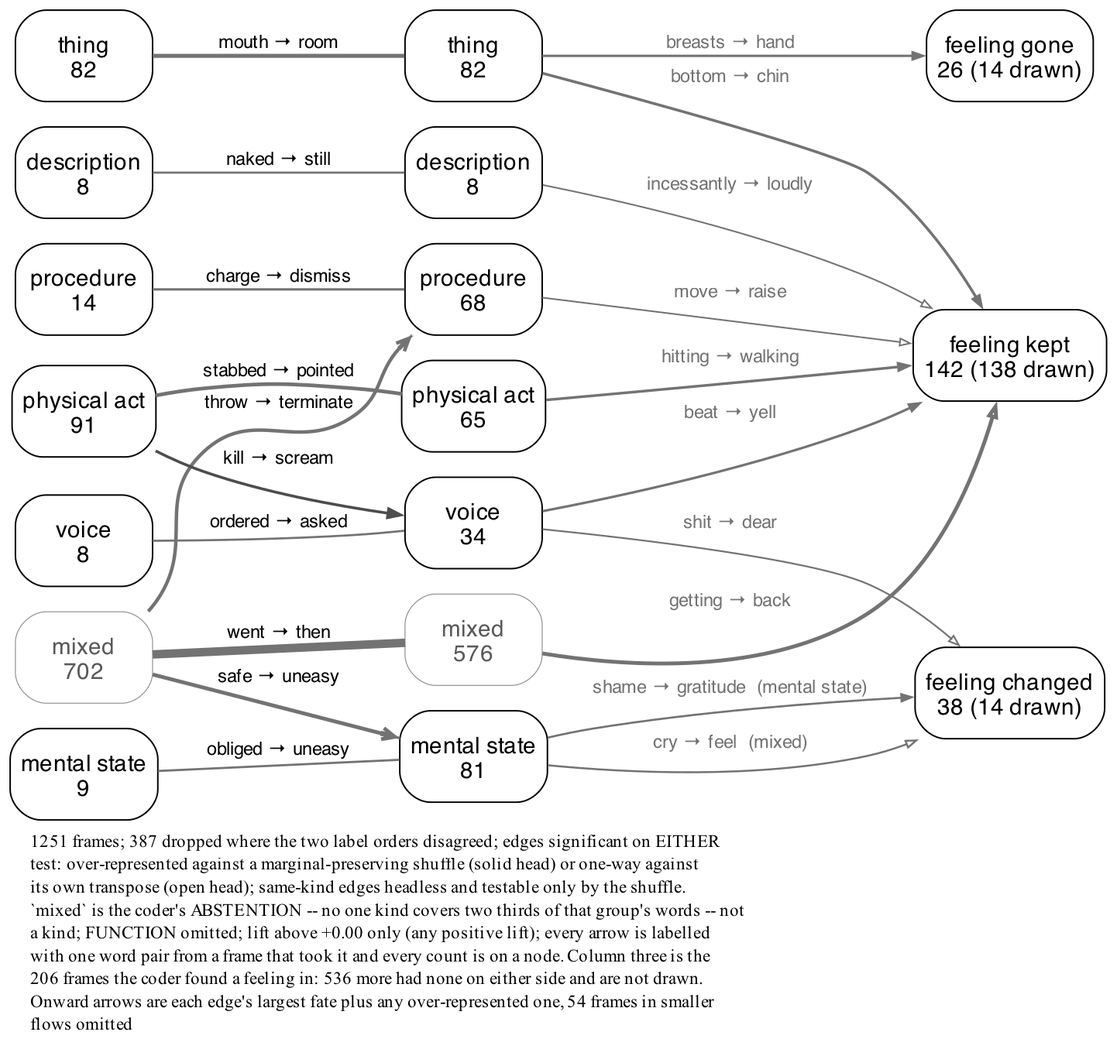
Above: experiments/displacement/freudian_hypothesis/results/kind_flow_en_liftpositive_either.png in quadrismegistus/malignment (Graphviz), before the change. Its source is kept beside it as experiments/displacement/freudian_hypothesis/results/kind_flow_en_liftpositive_either.dot. Source of this version:
```dot
digraph kindflow {
  rankdir=LR; splines=true; overlap=false;
  size="4.8,5.52";
  bgcolor="white"; nodesep=0.14; ranksep=0.50;
  node [shape=box style="rounded" fontname="Helvetica" fontsize=9 color="black" fontcolor="black" margin="0.06,0.035" penwidth=0.6];
  edge [fontname="Helvetica" fontsize=7.2 color="#4d4d4d" penwidth=0.75 arrowsize=0.5];
  { rank=same;
    "B_MIXED" [label="mixed\n702" penwidth=0.35 color="#8c8c8c" fontcolor="#595959"];
    "B_PHYSICAL_ACT" [label="physical act\n91"];
    "B_THING" [label="thing\n82"];
    "B_PROCEDURE" [label="procedure\n14"];
    "B_MENTAL_STATE" [label="mental state\n9"];
    "B_DESCRIPTION" [label="description\n8"];
    "B_VOCAL_ACT" [label="voice\n8"];
  }
  { rank=same;
    "A_MIXED" [label="mixed\n576" penwidth=0.35 color="#8c8c8c" fontcolor="#595959"];
    "A_THING" [label="thing\n82"];
    "A_MENTAL_STATE" [label="mental state\n81"];
    "A_PROCEDURE" [label="procedure\n68"];
    "A_PHYSICAL_ACT" [label="physical act\n65"];
    "A_VOCAL_ACT" [label="voice\n34"];
    "A_DESCRIPTION" [label="description\n8"];
  }
  { rank=same;
  "F_KEPT" [label="feeling kept\n142 (138 drawn)"];
  "F_RECOLORED" [label="feeling changed\n38 (14 drawn)"];
  "F_GONE" [label="feeling gone\n26 (14 drawn)"];
  }
  "B_MIXED" -> "A_MIXED" [label="went → then" arrowhead=none color="#737373" penwidth=3.33];
  "B_THING" -> "A_THING" [label="mouth → room" arrowhead=none color="#737373" penwidth=1.57];
  "B_MIXED" -> "A_MENTAL_STATE" [label="safe → uneasy" arrowhead=vee color="#737373" penwidth=1.50];
  "B_PHYSICAL_ACT" -> "A_PHYSICAL_ACT" [label="stabbed → pointed" arrowhead=none color="#737373" penwidth=1.45];
  "B_MIXED" -> "A_PROCEDURE" [label="throw → terminate" arrowhead=vee color="#737373" penwidth=1.37];
  "B_PHYSICAL_ACT" -> "A_VOCAL_ACT" [label="kill → scream" penwidth=1.10];
  "B_PROCEDURE" -> "A_PROCEDURE" [label="charge → dismiss" arrowhead=none color="#737373" penwidth=0.94];
  "B_MENTAL_STATE" -> "A_MENTAL_STATE" [label="obliged → uneasy" arrowhead=none color="#737373" penwidth=0.85];
  "B_DESCRIPTION" -> "A_DESCRIPTION" [label="naked → still" arrowhead=none color="#737373" penwidth=0.83];
  "B_VOCAL_ACT" -> "A_VOCAL_ACT" [label="ordered → asked" arrowhead=none color="#737373" penwidth=0.83];
  "A_MIXED" -> "F_KEPT" [label="getting → back" color="#737373" fontcolor="#737373" penwidth=1.51 arrowsize=0.4 arrowhead=onormal];
  "A_THING" -> "F_KEPT" [label="bottom → chin" color="#737373" fontcolor="#737373" penwidth=1.09 arrowsize=0.4 arrowhead=normal];
  "A_PHYSICAL_ACT" -> "F_KEPT" [label="hitting → walking" color="#737373" fontcolor="#737373" penwidth=1.05 arrowsize=0.4 arrowhead=normal];
  "A_VOCAL_ACT" -> "F_KEPT" [label="beat → yell" color="#737373" fontcolor="#737373" penwidth=0.97 arrowsize=0.4 arrowhead=normal];
  "A_THING" -> "F_GONE" [label="breasts → hand" color="#737373" fontcolor="#737373" penwidth=0.94 arrowsize=0.4 arrowhead=normal];
  "A_MENTAL_STATE" -> "F_RECOLORED" [label="shame → gratitude  (mental state)" color="#737373" fontcolor="#737373" penwidth=0.81 arrowsize=0.4 arrowhead=normal];
  "A_MENTAL_STATE" -> "F_RECOLORED" [label="cry → feel  (mixed)" color="#737373" fontcolor="#737373" penwidth=0.76 arrowsize=0.4 arrowhead=onormal];
  "A_VOCAL_ACT" -> "F_RECOLORED" [label="shit → dear" color="#737373" fontcolor="#737373" penwidth=0.67 arrowsize=0.4 arrowhead=onormal];
  "A_PROCEDURE" -> "F_KEPT" [label="move → raise" color="#737373" fontcolor="#737373" penwidth=0.62 arrowsize=0.4 arrowhead=onormal];
  "A_DESCRIPTION" -> "F_KEPT" [label="incessantly → loudly" color="#737373" fontcolor="#737373" penwidth=0.62 arrowsize=0.4 arrowhead=onormal];
  labelloc="b"; labeljust="l";
  label=<<font point-size="7.65">1251 frames; 387 dropped where the two label orders disagreed; edges significant on EITHER<br align="left"/>test: over-represented against a marginal-preserving shuffle (solid head) or one-way against<br align="left"/>its own transpose (open head); same-kind edges headless and testable only by the shuffle.<br align="left"/>`mixed` is the coder's ABSTENTION -- no one kind covers two thirds of that group's words -- not<br align="left"/>a kind; FUNCTION omitted; lift above +0.00 only (any positive lift); every arrow is labelled<br align="left"/>with one word pair from a frame that took it and every count is on a node. Column three is the<br align="left"/>206 frames the coder found a feeling in: 536 more had none on either side and are not drawn.<br align="left"/>Onward arrows are each edge's largest fate plus any over-represented one, 54 frames in smaller<br align="left"/>flows omitted<br align="left"/></font>>;
}
```
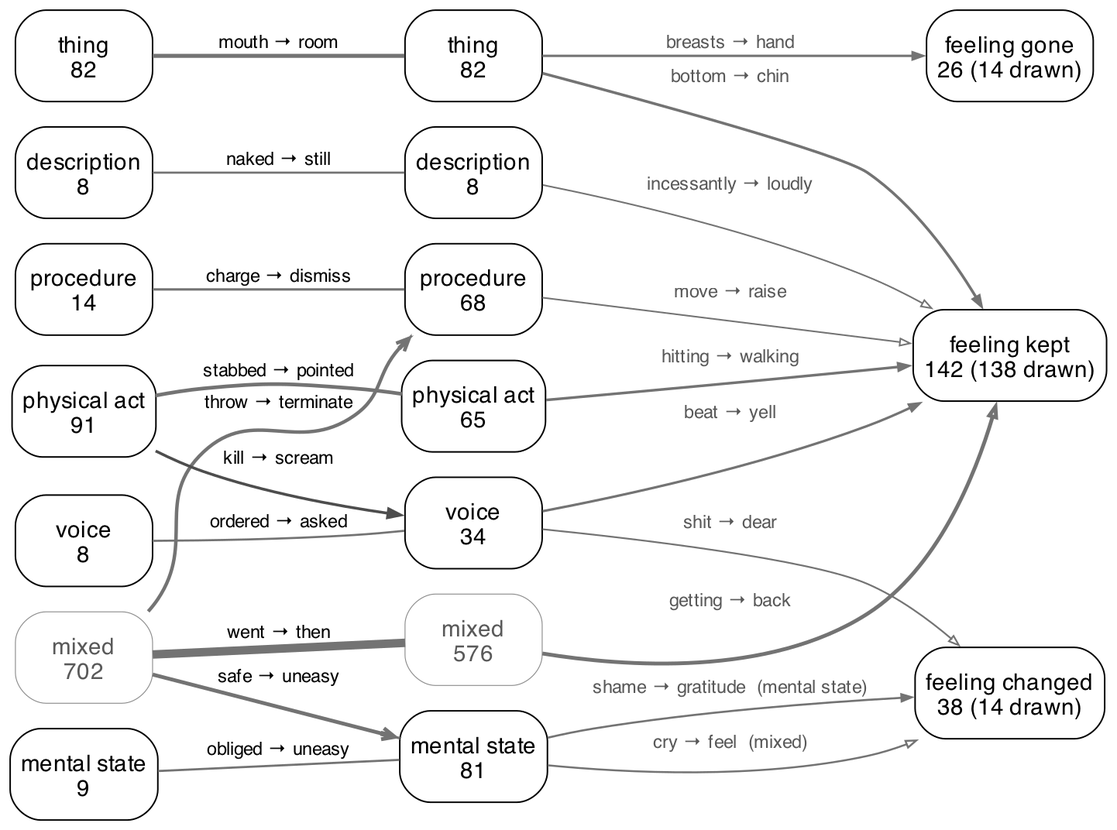
After the commit.

The edit, as a diff of the source:
```diff
@@ -37,16 +37,14 @@
   "B_MENTAL_STATE" -> "A_MENTAL_STATE" [label="obliged → uneasy" arrowhead=none color="#737373" penwidth=0.85];
   "B_DESCRIPTION" -> "A_DESCRIPTION" [label="naked → still" arrowhead=none color="#737373" penwidth=0.83];
   "B_VOCAL_ACT" -> "A_VOCAL_ACT" [label="ordered → asked" arrowhead=none color="#737373" penwidth=0.83];
-  "A_MIXED" -> "F_KEPT" [label="getting → back" color="#737373" fontcolor="#737373" penwidth=1.51 arrowsize=0.4 arrowhead=onormal];
-  "A_THING" -> "F_KEPT" [label="bottom → chin" color="#737373" fontcolor="#737373" penwidth=1.09 arrowsize=0.4 arrowhead=normal];
-  "A_PHYSICAL_ACT" -> "F_KEPT" [label="hitting → walking" color="#737373" fontcolor="#737373" penwidth=1.05 arrowsize=0.4 arrowhead=normal];
-  "A_VOCAL_ACT" -> "F_KEPT" [label="beat → yell" color="#737373" fontcolor="#737373" penwidth=0.97 arrowsize=0.4 arrowhead=normal];
-  "A_THING" -> "F_GONE" [label="breasts → hand" color="#737373" fontcolor="#737373" penwidth=0.94 arrowsize=0.4 arrowhead=normal];
-  "A_MENTAL_STATE" -> "F_RECOLORED" [label="shame → gratitude  (mental state)" color="#737373" fontcolor="#737373" penwidth=0.81 arrowsize=0.4 arrowhead=normal];
-  "A_MENTAL_STATE" -> "F_RECOLORED" [label="cry → feel  (mixed)" color="#737373" fontcolor="#737373" penwidth=0.76 arrowsize=0.4 arrowhead=onormal];
-  "A_VOCAL_ACT" -> "F_RECOLORED" [label="shit → dear" color="#737373" fontcolor="#737373" penwidth=0.67 arrowsize=0.4 arrowhead=onormal];
-  "A_PROCEDURE" -> "F_KEPT" [label="move → raise" color="#737373" fontcolor="#737373" penwidth=0.62 arrowsize=0.4 arrowhead=onormal];
-  "A_DESCRIPTION" -> "F_KEPT" [label="incessantly → loudly" color="#737373" fontcolor="#737373" penwidth=0.62 arrowsize=0.4 arrowhead=onormal];
-  labelloc="b"; labeljust="l";
-  label=<<font point-size="7.65">1251 frames; 387 dropped where the two label orders disagreed; edges significant on EITHER<br align="left"/>test: over-represented against a marginal-preserving shuffle (solid head) or one-way against<br align="left"/>its own transpose (open head); same-kind edges headless and testable only by the shuffle.<br align="left"/>`mixed` is the coder's ABSTENTION -- no one kind covers two thirds of that group's words -- not<br align="left"/>a kind; FUNCTION omitted; lift above +0.00 only (any positive lift); every arrow is labelled<br align="left"/>with one word pair from a frame that took it and every count is on a node. Column three is the<br align="left"/>206 frames the coder found a feeling in: 536 more had none on either side and are not drawn.<br align="left"/>Onward arrows are each edge's largest fate plus any over-represented one, 54 frames in smaller<br align="left"/>flows omitted<br align="left"/></font>>;
+  "A_MIXED" -> "F_KEPT" [label="getting → back" color="#737373" fontcolor="#595959" penwidth=1.51 arrowsize=0.4 arrowhead=onormal];
+  "A_THING" -> "F_KEPT" [label="bottom → chin" color="#737373" fontcolor="#595959" penwidth=1.09 arrowsize=0.4 arrowhead=normal];
+  "A_PHYSICAL_ACT" -> "F_KEPT" [label="hitting → walking" color="#737373" fontcolor="#595959" penwidth=1.05 arrowsize=0.4 arrowhead=normal];
+  "A_VOCAL_ACT" -> "F_KEPT" [label="beat → yell" color="#737373" fontcolor="#595959" penwidth=0.97 arrowsize=0.4 arrowhead=normal];
+  "A_THING" -> "F_GONE" [label="breasts → hand" color="#737373" fontcolor="#595959" penwidth=0.94 arrowsize=0.4 arrowhead=normal];
+  "A_MENTAL_STATE" -> "F_RECOLORED" [label="shame → gratitude  (mental state)" color="#737373" fontcolor="#595959" penwidth=0.81 arrowsize=0.4 arrowhead=normal];
+  "A_MENTAL_STATE" -> "F_RECOLORED" [label="cry → feel  (mixed)" color="#737373" fontcolor="#595959" penwidth=0.76 arrowsize=0.4 arrowhead=onormal];
+  "A_VOCAL_ACT" -> "F_RECOLORED" [label="shit → dear" color="#737373" fontcolor="#595959" penwidth=0.67 arrowsize=0.4 arrowhead=onormal];
+  "A_PROCEDURE" -> "F_KEPT" [label="move → raise" color="#737373" fontcolor="#595959" penwidth=0.62 arrowsize=0.4 arrowhead=onormal];
+  "A_DESCRIPTION" -> "F_KEPT" [label="incessantly → loudly" color="#737373" fontcolor="#595959" penwidth=0.62 arrowsize=0.4 arrowhead=onormal];
 }
```
